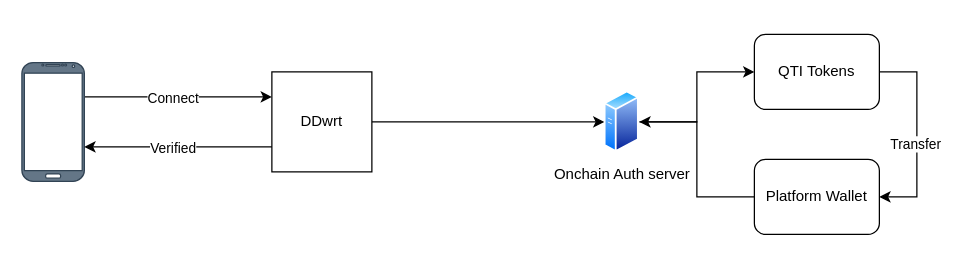
The draw.io diagram Quantinium-wifi-conectivity.drawio in ali-05-ahmed/Concept-Diagrams, before the edit. Source tidied: cells renumbered, new cells numbered last; positions are measured from the earlier drawing's top-left corner, leaving out a move shared by most shapes. Both pictures are drawn from the tidied source at 125%, with x=0, y=0 at pixel (21, 34).
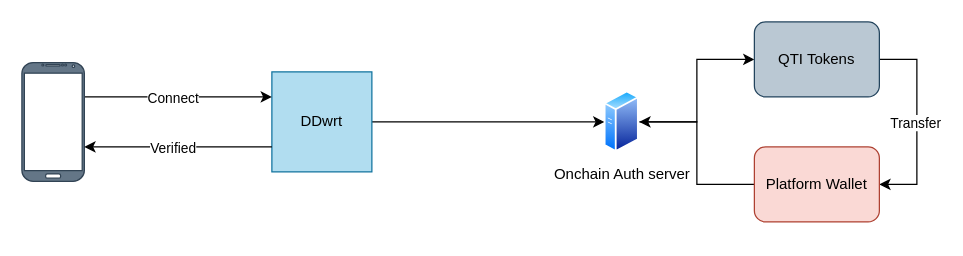
The same page after the edit.

Diff of the diagram source:
```diff
@@
-    <mxCell id="3" value="DDwrt" style="whiteSpace=wrap;html=1;" parent="1" vertex="1">
+    <mxCell id="3" value="DDwrt" style="whiteSpace=wrap;html=1;fillColor=#b1ddf0;strokeColor=#10739e;" parent="1" vertex="1">
       <mxGeometry x="200" y="30" width="80" height="80" as="geometry" />
     </mxCell>
@@
     <mxCell id="9" style="edgeStyle=orthogonalEdgeStyle;rounded=0;jettySize=auto;html=1;entryX=1;entryY=0.5;entryDx=0;entryDy=0;" parent="1" edge="1" source="11" target="13">
       <mxGeometry relative="1" as="geometry">
         <Array as="points">
-          <mxPoint x="716" y="30" />
-          <mxPoint x="716" y="130" />
+          <mxPoint x="716" y="20" />
+          <mxPoint x="716" y="120" />
         </Array>
       </mxGeometry>
     </mxCell>
     <mxCell id="10" value="Transfer" style="edgeLabel;html=1;align=center;verticalAlign=middle;" parent="9" vertex="1">
       <mxGeometry x="-0.12" y="-2" relative="1" as="geometry">
-        <mxPoint y="17" as="offset" />
+        <mxPoint y="10" as="offset" />
       </mxGeometry>
     </mxCell>
-    <mxCell id="11" value="QTI Tokens" style="rounded=1;whiteSpace=wrap;html=1;" parent="1" vertex="1">
-      <mxGeometry x="586" width="100" height="60" as="geometry" />
+    <mxCell id="11" value="QTI Tokens" style="rounded=1;whiteSpace=wrap;html=1;fillColor=#bac8d3;strokeColor=#23445d;" parent="1" vertex="1">
+      <mxGeometry x="586" y="-10" width="100" height="60" as="geometry" />
     </mxCell>
@@
-    <mxCell id="13" value="Platform Wallet" style="rounded=1;whiteSpace=wrap;html=1;" parent="1" vertex="1">
-      <mxGeometry x="586" y="100" width="100" height="60" as="geometry" />
+    <mxCell id="13" value="Platform Wallet" style="rounded=1;whiteSpace=wrap;html=1;fillColor=#fad9d5;strokeColor=#ae4132;" parent="1" vertex="1">
+      <mxGeometry x="586" y="90" width="100" height="60" as="geometry" />
     </mxCell>
```
